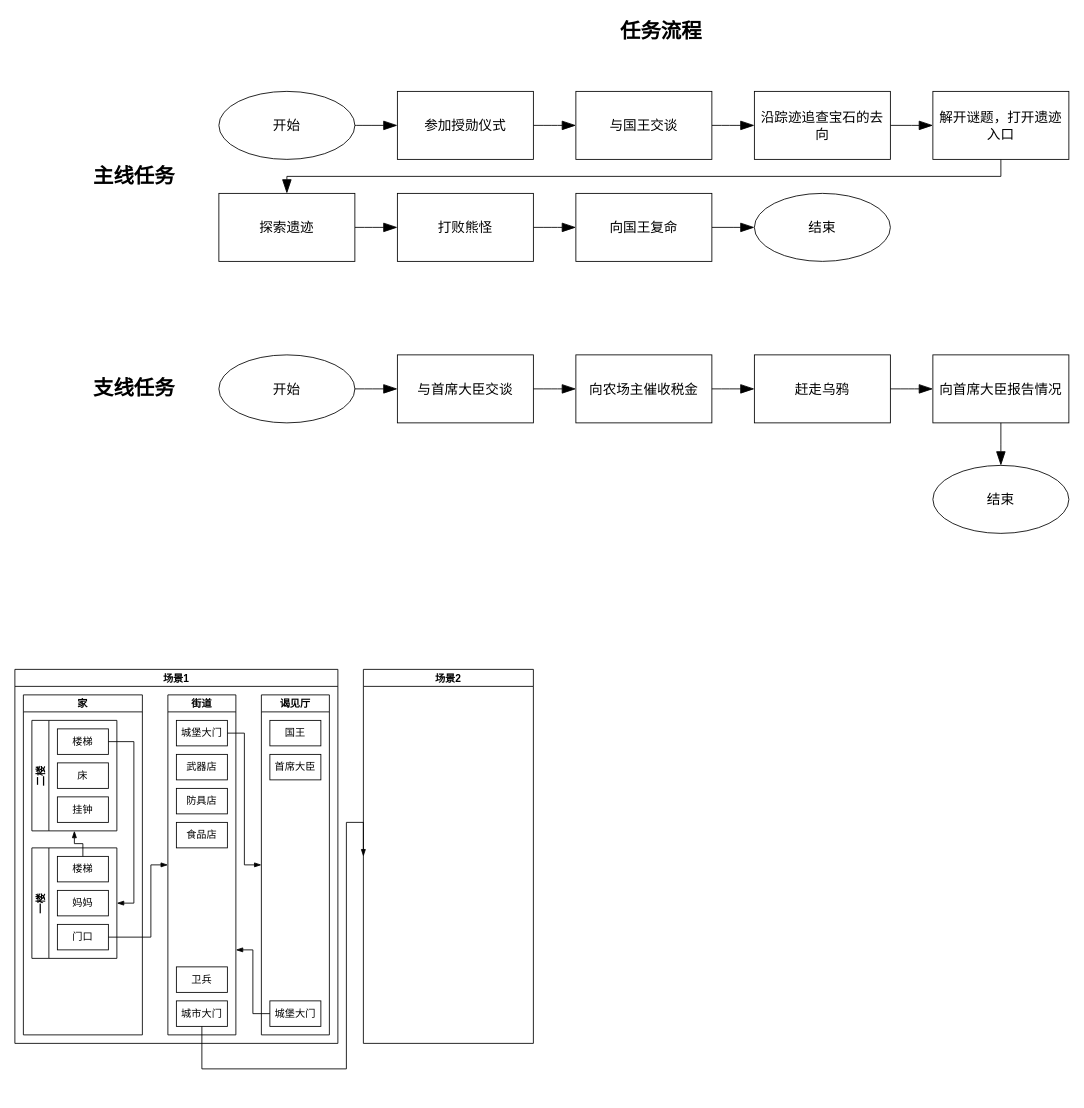
Earlier version of the draw.io diagram Documents/Game Design/GameplayFlowChart.drawio (10n31y9047/Project_Demo). Source tidied: cells renumbered, new cells numbered last; positions are measured from the earlier drawing's top-left corner, leaving out a move shared by most shapes. Both pictures are drawn from the tidied source at 85%, with x=0, y=0 at pixel (14, 14).
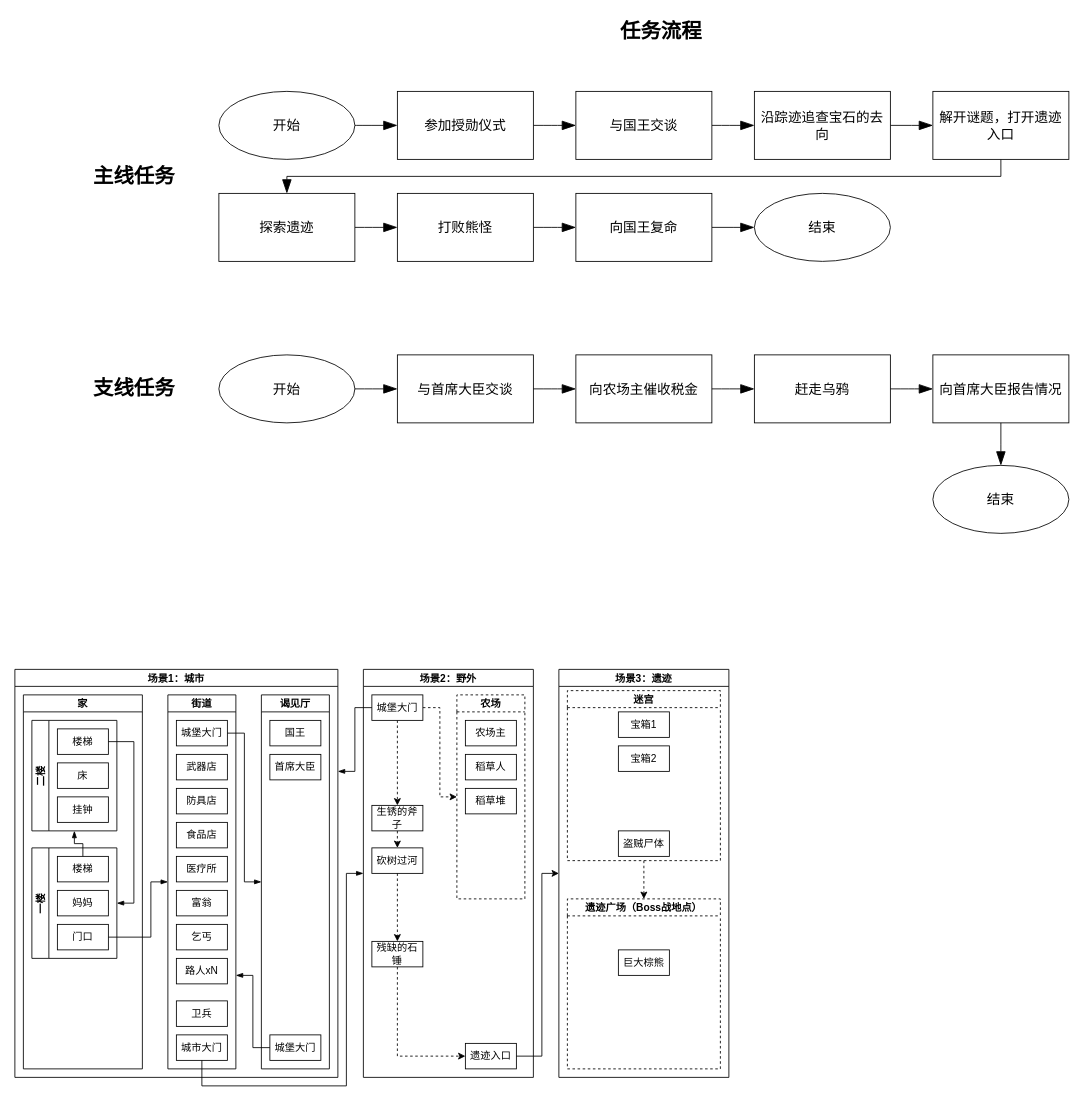
Above is the later version.

Diff of the diagram source:
```diff
@@
-    <mxCell id="20" value="场景1" style="swimlane;fontSize=12;startSize=20;" parent="1" vertex="1">
-      <mxGeometry y="770" width="380" height="440" as="geometry" />
+    <mxCell id="20" value="场景1：城市" style="swimlane;fontSize=12;startSize=20;" parent="1" vertex="1">
+      <mxGeometry y="770" width="380" height="480" as="geometry" />
     </mxCell>
     <mxCell id="21" value="家" style="swimlane;fontSize=12;startSize=20;" parent="20" vertex="1">
-      <mxGeometry x="10" y="30" width="140" height="400" as="geometry" />
+      <mxGeometry x="10" y="30" width="140" height="440" as="geometry" />
     </mxCell>
@@
     <mxCell id="32" value="街道" style="swimlane;fontSize=12;startSize=20;shadow=0;labelBackgroundColor=none;fontFamily=Helvetica;" parent="20" vertex="1">
-      <mxGeometry x="180" y="30" width="80" height="400" as="geometry" />
+      <mxGeometry x="180" y="30" width="80" height="440" as="geometry" />
     </mxCell>
@@
     <mxCell id="36" value="卫兵" style="rounded=0;whiteSpace=wrap;html=1;shadow=0;labelBackgroundColor=none;fontFamily=Helvetica;fontSize=12;" parent="32" vertex="1">
-      <mxGeometry x="10" y="320" width="60" height="30" as="geometry" />
+      <mxGeometry x="10" y="360" width="60" height="30" as="geometry" />
     </mxCell>
     <mxCell id="37" value="城市大门" style="rounded=0;whiteSpace=wrap;html=1;shadow=0;labelBackgroundColor=none;fontFamily=Helvetica;fontSize=12;" parent="32" vertex="1">
-      <mxGeometry x="10" y="360" width="60" height="30" as="geometry" />
+      <mxGeometry x="10" y="400" width="60" height="30" as="geometry" />
     </mxCell>
@@
+    <mxCell id="61" value="医疗所" style="rounded=0;whiteSpace=wrap;html=1;shadow=0;labelBackgroundColor=none;fontFamily=Helvetica;fontSize=12;" parent="32" vertex="1">
+      <mxGeometry x="10" y="190" width="60" height="30" as="geometry" />
+    </mxCell>
+    <mxCell id="62" value="富翁" style="rounded=0;whiteSpace=wrap;html=1;shadow=0;labelBackgroundColor=none;fontFamily=Helvetica;fontSize=12;" parent="32" vertex="1">
+      <mxGeometry x="10" y="230" width="60" height="30" as="geometry" />
+    </mxCell>
+    <mxCell id="63" value="乞丐" style="rounded=0;whiteSpace=wrap;html=1;shadow=0;labelBackgroundColor=none;fontFamily=Helvetica;fontSize=12;" parent="32" vertex="1">
+      <mxGeometry x="10" y="270" width="60" height="30" as="geometry" />
+    </mxCell>
+    <mxCell id="64" value="路人xN" style="rounded=0;whiteSpace=wrap;html=1;shadow=0;labelBackgroundColor=none;fontFamily=Helvetica;fontSize=12;" parent="32" vertex="1">
+      <mxGeometry x="10" y="310" width="60" height="30" as="geometry" />
+    </mxCell>
@@
     <mxCell id="40" value="谒见厅" style="swimlane;fontSize=12;startSize=20;shadow=0;labelBackgroundColor=none;fontFamily=Helvetica;" parent="20" vertex="1">
-      <mxGeometry x="290" y="30" width="80" height="400" as="geometry" />
+      <mxGeometry x="290" y="30" width="80" height="440" as="geometry" />
     </mxCell>
     <mxCell id="41" value="城堡大门" style="rounded=0;whiteSpace=wrap;html=1;shadow=0;labelBackgroundColor=none;fontFamily=Helvetica;fontSize=12;" parent="40" vertex="1">
-      <mxGeometry x="10" y="360" width="60" height="30" as="geometry" />
+      <mxGeometry x="10" y="400" width="60" height="30" as="geometry" />
     </mxCell>
@@
     <mxCell id="59" style="edgeStyle=orthogonalEdgeStyle;rounded=0;jettySize=auto;html=1;exitX=0.5;exitY=1;exitDx=0;exitDy=0;fontFamily=Helvetica;fontSize=12;endArrow=blockThin;endFill=1;entryX=0;entryY=0.5;entryDx=0;entryDy=0;" parent="1" edge="1" source="37" target="60">
       <mxGeometry relative="1" as="geometry">
         <Array as="points">
-          <mxPoint x="220" y="1240" />
-          <mxPoint x="390" y="1240" />
-          <mxPoint x="390" y="950" />
+          <mxPoint x="220" y="1260" />
+          <mxPoint x="390" y="1260" />
+          <mxPoint x="390" y="1010" />
         </Array>
       </mxGeometry>
     </mxCell>
-    <mxCell id="60" value="场景2" style="swimlane;fontSize=12;startSize=20;shadow=0;labelBackgroundColor=none;fontFamily=Helvetica;" parent="1" vertex="1">
-      <mxGeometry x="410" y="770" width="200" height="440" as="geometry" />
+    <mxCell id="60" value="场景2：野外" style="swimlane;fontSize=12;startSize=20;shadow=0;labelBackgroundColor=none;fontFamily=Helvetica;" parent="1" vertex="1">
+      <mxGeometry x="410" y="770" width="200" height="480" as="geometry" />
     </mxCell>
+    <mxCell id="65" style="edgeStyle=orthogonalEdgeStyle;rounded=0;jettySize=auto;html=1;exitX=1;exitY=0.5;exitDx=0;exitDy=0;entryX=0;entryY=0.5;entryDx=0;entryDy=0;dashed=1;" parent="60" edge="1" source="67" target="68">
+      <mxGeometry relative="1" as="geometry" />
+    </mxCell>
+    <mxCell id="66" style="edgeStyle=orthogonalEdgeStyle;rounded=0;jettySize=auto;html=1;exitX=0.5;exitY=1;exitDx=0;exitDy=0;entryX=0.5;entryY=0;entryDx=0;entryDy=0;dashed=1;" parent="60" edge="1" source="67" target="74">
+      <mxGeometry relative="1" as="geometry" />
+    </mxCell>
+    <mxCell id="67" value="城堡大门" style="rounded=0;whiteSpace=wrap;html=1;shadow=0;labelBackgroundColor=none;fontFamily=Helvetica;fontSize=12;" parent="60" vertex="1">
+      <mxGeometry x="10" y="30" width="60" height="30" as="geometry" />
+    </mxCell>
+    <mxCell id="68" value="农场" style="swimlane;fontSize=12;startSize=20;dashed=1;" parent="60" vertex="1">
+      <mxGeometry x="110" y="30" width="80" height="240" as="geometry" />
+    </mxCell>
+    <mxCell id="69" value="农场主" style="rounded=0;whiteSpace=wrap;html=1;shadow=0;labelBackgroundColor=none;fontFamily=Helvetica;fontSize=12;" parent="68" vertex="1">
+      <mxGeometry x="10" y="30" width="60" height="30" as="geometry" />
+    </mxCell>
+    <mxCell id="70" value="稻草人" style="rounded=0;whiteSpace=wrap;html=1;shadow=0;labelBackgroundColor=none;fontFamily=Helvetica;fontSize=12;" parent="68" vertex="1">
+      <mxGeometry x="10" y="70" width="60" height="30" as="geometry" />
+    </mxCell>
+    <mxCell id="71" value="稻草堆" style="rounded=0;whiteSpace=wrap;html=1;shadow=0;labelBackgroundColor=none;fontFamily=Helvetica;fontSize=12;" parent="68" vertex="1">
+      <mxGeometry x="10" y="110" width="60" height="30" as="geometry" />
+    </mxCell>
+    <mxCell id="72" value="砍树过河" style="rounded=0;whiteSpace=wrap;html=1;shadow=0;labelBackgroundColor=none;fontFamily=Helvetica;fontSize=12;" parent="60" vertex="1">
+      <mxGeometry x="10" y="210" width="60" height="30" as="geometry" />
+    </mxCell>
+    <mxCell id="73" style="edgeStyle=orthogonalEdgeStyle;rounded=0;jettySize=auto;html=1;exitX=0.5;exitY=1;exitDx=0;exitDy=0;entryX=0.5;entryY=0;entryDx=0;entryDy=0;dashed=1;" parent="60" edge="1" source="74" target="72">
+      <mxGeometry relative="1" as="geometry" />
+    </mxCell>
+    <mxCell id="74" value="生锈的斧子" style="rounded=0;whiteSpace=wrap;html=1;shadow=0;labelBackgroundColor=none;fontFamily=Helvetica;fontSize=12;" parent="60" vertex="1">
+      <mxGeometry x="10" y="160" width="60" height="30" as="geometry" />
+    </mxCell>
+    <mxCell id="75" style="edgeStyle=orthogonalEdgeStyle;rounded=0;jettySize=auto;html=1;exitX=0.5;exitY=1;exitDx=0;exitDy=0;entryX=0;entryY=0.5;entryDx=0;entryDy=0;dashed=1;" parent="60" edge="1" source="76" target="78">
+      <mxGeometry relative="1" as="geometry" />
+    </mxCell>
+    <mxCell id="76" value="残缺的石锤" style="rounded=0;whiteSpace=wrap;html=1;shadow=0;labelBackgroundColor=none;fontFamily=Helvetica;fontSize=12;" parent="60" vertex="1">
+      <mxGeometry x="10" y="320" width="60" height="30" as="geometry" />
+    </mxCell>
+    <mxCell id="77" style="edgeStyle=orthogonalEdgeStyle;rounded=0;jettySize=auto;html=1;exitX=0.5;exitY=1;exitDx=0;exitDy=0;dashed=1;entryX=0.5;entryY=0;entryDx=0;entryDy=0;" parent="60" edge="1" source="72" target="76">
+      <mxGeometry relative="1" as="geometry" />
+    </mxCell>
+    <mxCell id="78" value="遗迹入口" style="rounded=0;whiteSpace=wrap;html=1;shadow=0;labelBackgroundColor=none;fontFamily=Helvetica;fontSize=12;" parent="60" vertex="1">
+      <mxGeometry x="120" y="440" width="60" height="30" as="geometry" />
+    </mxCell>
+    <mxCell id="79" style="edgeStyle=orthogonalEdgeStyle;rounded=0;jettySize=auto;html=1;exitX=0;exitY=0.5;exitDx=0;exitDy=0;entryX=1;entryY=0.25;entryDx=0;entryDy=0;endArrow=blockThin;fontSize=12;endFill=1;" parent="1" edge="1" source="67" target="20">
+      <mxGeometry relative="1" as="geometry" />
+    </mxCell>
+    <mxCell id="80" value="场景3：遗迹" style="swimlane;fontSize=12;startSize=20;" parent="1" vertex="1">
+      <mxGeometry x="640" y="770" width="200" height="480" as="geometry" />
+    </mxCell>
+    <mxCell id="81" style="edgeStyle=orthogonalEdgeStyle;rounded=0;jettySize=auto;html=1;exitX=0.5;exitY=1;exitDx=0;exitDy=0;entryX=0.5;entryY=0;entryDx=0;entryDy=0;dashed=1;" parent="80" edge="1" source="82" target="86">
+      <mxGeometry relative="1" as="geometry" />
+    </mxCell>
+    <mxCell id="82" value="迷宫" style="swimlane;fontSize=12;startSize=20;dashed=1;" parent="80" vertex="1">
+      <mxGeometry x="10" y="25" width="180" height="200" as="geometry" />
+    </mxCell>
+    <mxCell id="83" value="盗贼尸体" style="rounded=0;whiteSpace=wrap;html=1;shadow=0;labelBackgroundColor=none;fontFamily=Helvetica;fontSize=12;" parent="82" vertex="1">
+      <mxGeometry x="60" y="165" width="60" height="30" as="geometry" />
+    </mxCell>
+    <mxCell id="84" value="宝箱1" style="rounded=0;whiteSpace=wrap;html=1;shadow=0;labelBackgroundColor=none;fontFamily=Helvetica;fontSize=12;" parent="82" vertex="1">
+      <mxGeometry x="60" y="25" width="60" height="30" as="geometry" />
+    </mxCell>
+    <mxCell id="85" value="宝箱2" style="rounded=0;whiteSpace=wrap;html=1;shadow=0;labelBackgroundColor=none;fontFamily=Helvetica;fontSize=12;" parent="82" vertex="1">
+      <mxGeometry x="60" y="65" width="60" height="30" as="geometry" />
+    </mxCell>
+    <mxCell id="86" value="遗迹广场（Boss战地点）" style="swimlane;fontSize=12;startSize=20;dashed=1;" parent="80" vertex="1">
+      <mxGeometry x="10" y="270" width="180" height="200" as="geometry" />
+    </mxCell>
+    <mxCell id="87" value="巨大棕熊" style="rounded=0;whiteSpace=wrap;html=1;shadow=0;labelBackgroundColor=none;fontFamily=Helvetica;fontSize=12;" parent="86" vertex="1">
+      <mxGeometry x="60" y="60" width="60" height="30" as="geometry" />
+    </mxCell>
+    <mxCell id="88" style="edgeStyle=orthogonalEdgeStyle;rounded=0;jettySize=auto;html=1;exitX=1;exitY=0.5;exitDx=0;exitDy=0;entryX=0;entryY=0.5;entryDx=0;entryDy=0;" parent="1" edge="1" source="78" target="80">
+      <mxGeometry relative="1" as="geometry">
+        <Array as="points">
+          <mxPoint x="620" y="1225" />
+          <mxPoint x="620" y="1010" />
+        </Array>
+      </mxGeometry>
+    </mxCell>
```
